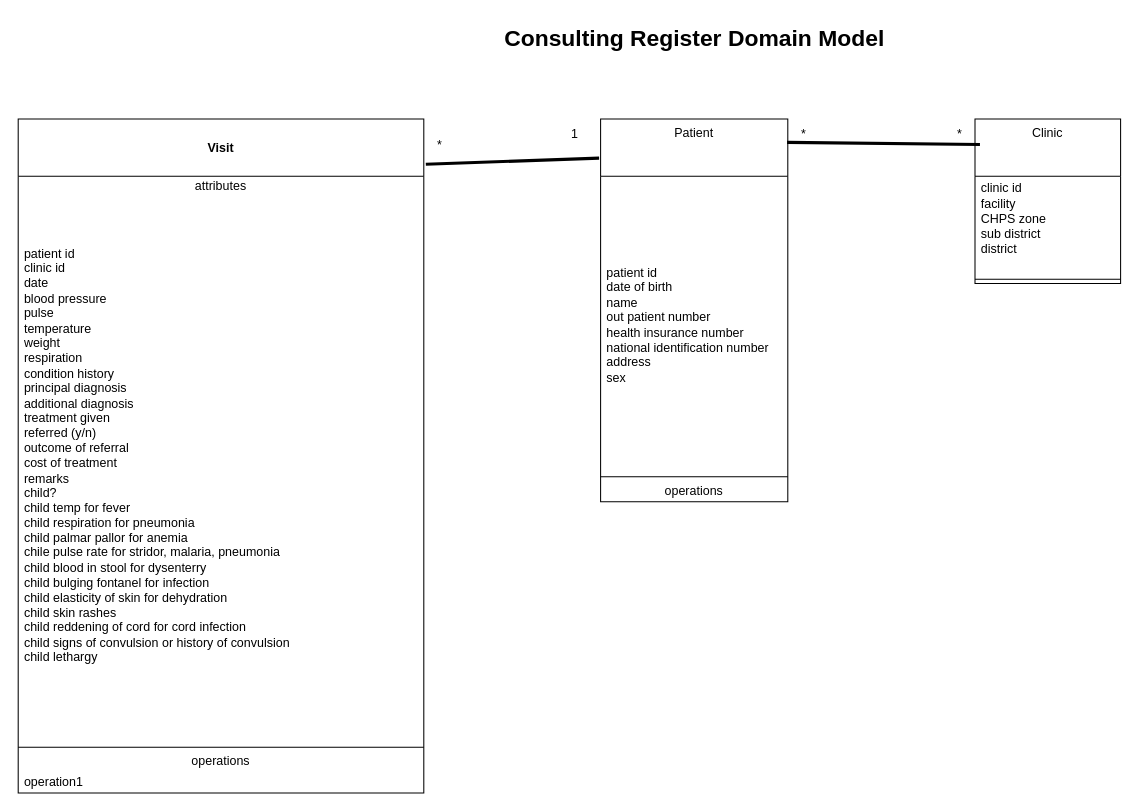
Above: archive/iteration_1/domain_model.drawio in wyattmccurdy12/Consulting-Register-COS-420 (draw.io), before the change. Source tidied: cells renumbered, new cells numbered last; positions are measured from the earlier drawing's top-left corner, leaving out a move shared by most shapes. Both pictures are drawn from the tidied source at 104%, with x=0, y=0 at pixel (18, 18).
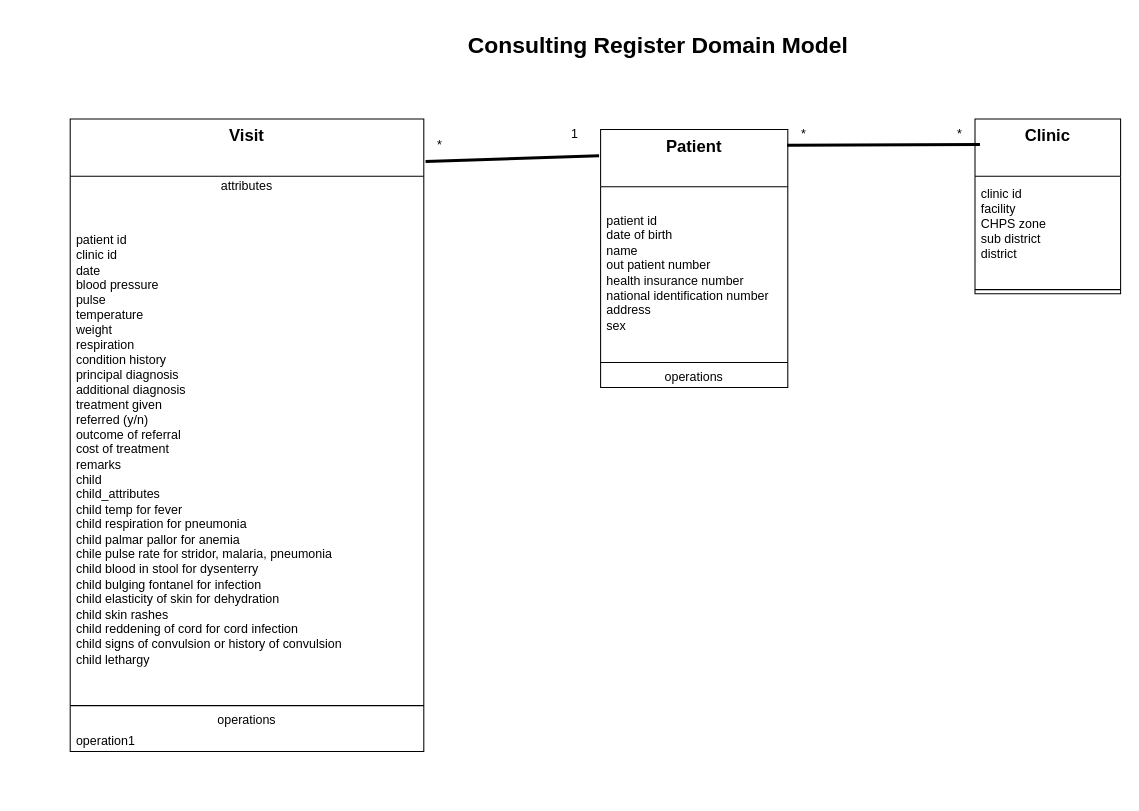
The same diagram, later.

Diff of the diagram source:
```diff
@@
-    <mxCell id="2" value="Patient" style="swimlane;fontStyle=0;align=center;verticalAlign=top;horizontal=1;startSize=55;html=1;whiteSpace=wrap;" parent="1" vertex="1">
-      <mxGeometry x="560" y="97" width="180" height="368" as="geometry" />
+    <mxCell id="2" value="&lt;font style=&quot;font-size: 16px;&quot;&gt;&lt;b&gt;Patient&lt;/b&gt;&lt;/font&gt;" style="swimlane;fontStyle=0;align=center;verticalAlign=top;horizontal=1;startSize=55;html=1;whiteSpace=wrap;" parent="1" vertex="1">
+      <mxGeometry x="560" y="107" width="180" height="248" as="geometry" />
     </mxCell>
-    <mxCell id="3" value="&lt;div&gt;patient id&lt;/div&gt;&lt;div&gt;date of birth&lt;/div&gt;&lt;div&gt;&lt;span style=&quot;background-color: transparent;&quot;&gt;name&lt;/span&gt;&lt;/div&gt;&lt;div&gt;&lt;font style=&quot;color: light-dark(rgb(0, 0, 0), rgb(255, 255, 255));&quot;&gt;out patient number&lt;/font&gt;&lt;/div&gt;&lt;div&gt;&lt;font style=&quot;color: light-dark(rgb(0, 0, 0), rgb(255, 255, 255));&quot;&gt;health insurance number&lt;/font&gt;&lt;/div&gt;&lt;div&gt;&lt;font style=&quot;color: light-dark(rgb(0, 0, 0), rgb(255, 255, 255));&quot;&gt;national identification number&lt;/font&gt;&lt;/div&gt;&lt;div&gt;address&lt;/div&gt;&lt;div&gt;sex&lt;/div&gt;" style="text;html=1;strokeColor=none;fillColor=none;align=left;verticalAlign=middle;spacingLeft=4;spacingRight=4;overflow=hidden;whiteSpace=wrap;" parent="2" vertex="1">
-      <mxGeometry y="55" width="180" height="285" as="geometry" />
+    <mxCell id="3" value="&lt;div&gt;&lt;font style=&quot;color: light-dark(rgb(0, 0, 0), rgb(255, 255, 255));&quot;&gt;patient id&lt;/font&gt;&lt;/div&gt;&lt;div&gt;&lt;font style=&quot;color: light-dark(rgb(0, 0, 0), rgb(255, 255, 255));&quot;&gt;date of birth&lt;/font&gt;&lt;/div&gt;&lt;div&gt;&lt;span style=&quot;background-color: transparent;&quot;&gt;&lt;font style=&quot;color: light-dark(rgb(0, 0, 0), rgb(255, 255, 255));&quot;&gt;name&lt;/font&gt;&lt;/span&gt;&lt;/div&gt;&lt;div&gt;&lt;font style=&quot;color: light-dark(rgb(0, 0, 0), rgb(255, 255, 255));&quot;&gt;out patient number&lt;/font&gt;&lt;/div&gt;&lt;div&gt;&lt;font style=&quot;color: light-dark(rgb(0, 0, 0), rgb(255, 255, 255));&quot;&gt;health insurance number&lt;/font&gt;&lt;/div&gt;&lt;div&gt;&lt;font style=&quot;color: light-dark(rgb(0, 0, 0), rgb(255, 255, 255));&quot;&gt;national identification number&lt;/font&gt;&lt;/div&gt;&lt;div&gt;&lt;font style=&quot;color: light-dark(rgb(0, 0, 0), rgb(255, 255, 255));&quot;&gt;address&lt;/font&gt;&lt;/div&gt;&lt;div&gt;&lt;font style=&quot;color: light-dark(rgb(0, 0, 0), rgb(255, 255, 255));&quot;&gt;sex&lt;/font&gt;&lt;/div&gt;" style="text;html=1;strokeColor=none;fillColor=none;align=left;verticalAlign=middle;spacingLeft=4;spacingRight=4;overflow=hidden;whiteSpace=wrap;" parent="2" vertex="1">
+      <mxGeometry y="55" width="180" height="165" as="geometry" />
     </mxCell>
     <mxCell id="4" style="line;strokeWidth=1;fillColor=none;align=left;verticalAlign=middle;spacingTop=-1;spacingLeft=3;spacingRight=3;labelPosition=right;" parent="2" vertex="1">
-      <mxGeometry y="340" width="180" height="8" as="geometry" />
+      <mxGeometry y="220" width="180" height="8" as="geometry" />
     </mxCell>
     <mxCell id="5" value="operations" style="text;html=1;strokeColor=none;fillColor=none;align=center;verticalAlign=middle;spacingLeft=4;spacingRight=4;overflow=hidden;whiteSpace=wrap;" parent="2" vertex="1">
-      <mxGeometry y="348" width="180" height="20" as="geometry" />
+      <mxGeometry y="228" width="180" height="20" as="geometry" />
     </mxCell>
     <mxCell id="6" value="&lt;b&gt;&lt;font style=&quot;font-size: 22px;&quot;&gt;Consulting Register Domain Model&lt;/font&gt;&lt;/b&gt;" style="text;html=1;align=center;verticalAlign=middle;strokeColor=none;fillColor=none;" parent="1" vertex="1">
-      <mxGeometry x="455" width="390" height="40" as="geometry" />
+      <mxGeometry x="420" y="7" width="390" height="40" as="geometry" />
     </mxCell>
-    <mxCell id="7" value="Clinic" style="swimlane;fontStyle=0;align=center;verticalAlign=top;horizontal=1;startSize=55;html=1;whiteSpace=wrap;" parent="1" vertex="1">
-      <mxGeometry x="920" y="97" width="140" height="158" as="geometry" />
+    <mxCell id="7" value="&lt;font style=&quot;font-size: 16px;&quot;&gt;&lt;b&gt;Clinic&lt;/b&gt;&lt;/font&gt;" style="swimlane;fontStyle=0;align=center;verticalAlign=top;horizontal=1;startSize=55;html=1;whiteSpace=wrap;" parent="1" vertex="1">
+      <mxGeometry x="920" y="97" width="140" height="168" as="geometry" />
     </mxCell>
     <mxCell id="8" value="&lt;div&gt;&lt;font style=&quot;color: light-dark(rgb(0, 0, 0), rgb(255, 255, 255));&quot;&gt;clinic id&lt;/font&gt;&lt;/div&gt;&lt;div&gt;&lt;font style=&quot;color: light-dark(rgb(0, 0, 0), rgb(255, 255, 255));&quot;&gt;facility&lt;/font&gt;&lt;/div&gt;&lt;div&gt;&lt;font style=&quot;color: light-dark(rgb(0, 0, 0), rgb(255, 255, 255));&quot;&gt;CHPS zone&lt;/font&gt;&lt;/div&gt;&lt;div&gt;&lt;font style=&quot;color: light-dark(rgb(0, 0, 0), rgb(255, 255, 255));&quot;&gt;sub district&lt;/font&gt;&lt;/div&gt;&lt;div&gt;&lt;font style=&quot;color: light-dark(rgb(0, 0, 0), rgb(255, 255, 255));&quot;&gt;district&lt;/font&gt;&lt;/div&gt;&lt;div&gt;&lt;br&gt;&lt;/div&gt;" style="text;html=1;strokeColor=none;fillColor=none;align=left;verticalAlign=middle;spacingLeft=4;spacingRight=4;overflow=hidden;whiteSpace=wrap;" parent="7" vertex="1">
-      <mxGeometry y="55" width="140" height="95" as="geometry" />
+      <mxGeometry y="55" width="140" height="105" as="geometry" />
     </mxCell>
     <mxCell id="9" style="line;strokeWidth=1;fillColor=none;align=left;verticalAlign=middle;spacingTop=-1;spacingLeft=3;spacingRight=3;labelPosition=right;" parent="7" vertex="1">
-      <mxGeometry y="150" width="140" height="8" as="geometry" />
+      <mxGeometry y="160" width="140" height="8" as="geometry" />
     </mxCell>
-    <mxCell id="10" value="&lt;br&gt;&lt;b&gt;Visit&lt;/b&gt;" style="swimlane;fontStyle=0;align=center;verticalAlign=top;horizontal=1;startSize=55;html=1;whiteSpace=wrap;" parent="1" vertex="1">
-      <mxGeometry y="97" width="390" height="648" as="geometry" />
+    <mxCell id="10" value="&lt;b&gt;&lt;font style=&quot;font-size: 16px;&quot;&gt;Visit&lt;/font&gt;&lt;/b&gt;" style="swimlane;fontStyle=0;align=center;verticalAlign=top;horizontal=1;startSize=55;html=1;whiteSpace=wrap;" parent="1" vertex="1">
+      <mxGeometry x="50" y="97" width="340" height="608" as="geometry" />
     </mxCell>
     <mxCell id="11" value="attributes" style="text;html=1;strokeColor=none;fillColor=none;align=center;verticalAlign=middle;spacingLeft=4;spacingRight=4;overflow=hidden;whiteSpace=wrap;" parent="10" vertex="1">
-      <mxGeometry y="55" width="390" height="20" as="geometry" />
+      <mxGeometry y="55" width="340" height="20" as="geometry" />
     </mxCell>
-    <mxCell id="12" value="patient id&lt;div&gt;clinic id&lt;/div&gt;&lt;div&gt;date&lt;/div&gt;&lt;div&gt;blood pressure&lt;/div&gt;&lt;div&gt;pulse&lt;/div&gt;&lt;div&gt;temperature&lt;/div&gt;&lt;div&gt;weight&lt;/div&gt;&lt;div&gt;respiration&lt;/div&gt;&lt;div&gt;condition history&lt;/div&gt;&lt;div&gt;principal diagnosis&lt;/div&gt;&lt;div&gt;additional diagnosis&lt;/div&gt;&lt;div&gt;treatment given&lt;/div&gt;&lt;div&gt;referred (y/n)&lt;/div&gt;&lt;div&gt;outcome of referral&lt;/div&gt;&lt;div&gt;cost of treatment&lt;/div&gt;&lt;div&gt;remarks&lt;/div&gt;&lt;div&gt;child?&lt;/div&gt;&lt;div&gt;child temp for fever&lt;/div&gt;&lt;div&gt;child respiration for pneumonia&lt;/div&gt;&lt;div&gt;child palmar pallor for anemia&lt;/div&gt;&lt;div&gt;chile pulse rate for stridor, malaria, pneumonia&lt;/div&gt;&lt;div&gt;child blood in stool for dysenterry&lt;/div&gt;&lt;div&gt;child bulging fontanel for infection&lt;/div&gt;&lt;div&gt;child elasticity of skin for dehydration&lt;/div&gt;&lt;div&gt;child skin rashes&lt;/div&gt;&lt;div&gt;child reddening of cord for cord infection&lt;/div&gt;&lt;div&gt;child signs of convulsion or history of convulsion&lt;/div&gt;&lt;div&gt;child lethargy&lt;/div&gt;&lt;div&gt;&lt;br&gt;&lt;/div&gt;&lt;div&gt;&lt;br&gt;&lt;/div&gt;" style="text;html=1;strokeColor=none;fillColor=none;align=left;verticalAlign=middle;spacingLeft=4;spacingRight=4;overflow=hidden;whiteSpace=wrap;" parent="10" vertex="1">
-      <mxGeometry y="75" width="390" height="525" as="geometry" />
+    <mxCell id="12" value="patient id&lt;div&gt;&lt;font style=&quot;color: light-dark(rgb(0, 0, 0), rgb(255, 255, 255));&quot;&gt;clinic id&lt;/font&gt;&lt;/div&gt;&lt;div&gt;&lt;font style=&quot;color: light-dark(rgb(0, 0, 0), rgb(255, 255, 255));&quot;&gt;date&lt;/font&gt;&lt;/div&gt;&lt;div&gt;&lt;font style=&quot;color: light-dark(rgb(0, 0, 0), rgb(255, 255, 255));&quot;&gt;blood pressure&lt;/font&gt;&lt;/div&gt;&lt;div&gt;&lt;font style=&quot;color: light-dark(rgb(0, 0, 0), rgb(255, 255, 255));&quot;&gt;pulse&lt;/font&gt;&lt;/div&gt;&lt;div&gt;&lt;font style=&quot;color: light-dark(rgb(0, 0, 0), rgb(255, 255, 255));&quot;&gt;temperature&lt;/font&gt;&lt;/div&gt;&lt;div&gt;&lt;font style=&quot;color: light-dark(rgb(0, 0, 0), rgb(255, 255, 255));&quot;&gt;weight&lt;/font&gt;&lt;/div&gt;&lt;div&gt;&lt;font style=&quot;color: light-dark(rgb(0, 0, 0), rgb(255, 255, 255));&quot;&gt;respiration&lt;/font&gt;&lt;/div&gt;&lt;div&gt;&lt;font style=&quot;color: light-dark(rgb(0, 0, 0), rgb(255, 255, 255));&quot;&gt;condition history&lt;/font&gt;&lt;/div&gt;&lt;div&gt;&lt;font style=&quot;color: light-dark(rgb(0, 0, 0), rgb(255, 255, 255));&quot;&gt;principal diagnosis&lt;/font&gt;&lt;/div&gt;&lt;div&gt;&lt;font style=&quot;color: light-dark(rgb(0, 0, 0), rgb(255, 255, 255));&quot;&gt;additional diagnosis&lt;/font&gt;&lt;/div&gt;&lt;div&gt;&lt;font style=&quot;color: light-dark(rgb(0, 0, 0), rgb(255, 255, 255));&quot;&gt;treatment given&lt;/font&gt;&lt;/div&gt;&lt;div&gt;&lt;font style=&quot;color: light-dark(rgb(0, 0, 0), rgb(255, 255, 255));&quot;&gt;referred (y/n)&lt;/font&gt;&lt;/div&gt;&lt;div&gt;&lt;font style=&quot;color: light-dark(rgb(0, 0, 0), rgb(255, 255, 255));&quot;&gt;outcome of referral&lt;/font&gt;&lt;/div&gt;&lt;div&gt;&lt;font style=&quot;color: light-dark(rgb(0, 0, 0), rgb(255, 255, 255));&quot;&gt;cost of treatment&lt;/font&gt;&lt;/div&gt;&lt;div&gt;&lt;font style=&quot;color: light-dark(rgb(0, 0, 0), rgb(255, 255, 255));&quot;&gt;remarks&lt;/font&gt;&lt;/div&gt;&lt;div&gt;&lt;font style=&quot;color: light-dark(rgb(0, 0, 0), rgb(255, 255, 255));&quot;&gt;child&lt;/font&gt;&lt;/div&gt;&lt;div&gt;&lt;font style=&quot;color: light-dark(rgb(0, 0, 0), rgb(255, 255, 255));&quot;&gt;child_attributes&lt;/font&gt;&lt;/div&gt;&lt;div&gt;&lt;font style=&quot;color: light-dark(rgb(0, 0, 0), rgb(255, 255, 255));&quot;&gt;child temp for fever&lt;/font&gt;&lt;/div&gt;&lt;div&gt;&lt;font style=&quot;color: light-dark(rgb(0, 0, 0), rgb(255, 255, 255));&quot;&gt;child respiration for pneumonia&lt;/font&gt;&lt;/div&gt;&lt;div&gt;&lt;font style=&quot;color: light-dark(rgb(0, 0, 0), rgb(255, 255, 255));&quot;&gt;child palmar pallor for anemia&lt;/font&gt;&lt;/div&gt;&lt;div&gt;&lt;font style=&quot;color: light-dark(rgb(0, 0, 0), rgb(255, 255, 255));&quot;&gt;chile pulse rate for stridor, malaria, pneumonia&lt;/font&gt;&lt;/div&gt;&lt;div&gt;&lt;font style=&quot;color: light-dark(rgb(0, 0, 0), rgb(255, 255, 255));&quot;&gt;child blood in stool for dysenterry&lt;/font&gt;&lt;/div&gt;&lt;div&gt;&lt;font style=&quot;color: light-dark(rgb(0, 0, 0), rgb(255, 255, 255));&quot;&gt;child bulging fontanel for infection&lt;/font&gt;&lt;/div&gt;&lt;div&gt;&lt;font style=&quot;color: light-dark(rgb(0, 0, 0), rgb(255, 255, 255));&quot;&gt;child elasticity of skin for dehydration&lt;/font&gt;&lt;/div&gt;&lt;div&gt;&lt;font style=&quot;color: light-dark(rgb(0, 0, 0), rgb(255, 255, 255));&quot;&gt;child skin rashes&lt;/font&gt;&lt;/div&gt;&lt;div&gt;&lt;font style=&quot;color: light-dark(rgb(0, 0, 0), rgb(255, 255, 255));&quot;&gt;child reddening of cord for cord infection&lt;/font&gt;&lt;/div&gt;&lt;div&gt;&lt;font style=&quot;color: light-dark(rgb(0, 0, 0), rgb(255, 255, 255));&quot;&gt;child signs of convulsion or history of convulsion&lt;/font&gt;&lt;/div&gt;&lt;div&gt;&lt;font style=&quot;color: light-dark(rgb(0, 0, 0), rgb(255, 255, 255));&quot;&gt;child lethargy&lt;/font&gt;&lt;/div&gt;" style="text;html=1;strokeColor=none;fillColor=none;align=left;verticalAlign=middle;spacingLeft=4;spacingRight=4;overflow=hidden;whiteSpace=wrap;" parent="10" vertex="1">
+      <mxGeometry y="75" width="340" height="485" as="geometry" />
     </mxCell>
     <mxCell id="13" style="line;strokeWidth=1;fillColor=none;align=left;verticalAlign=middle;spacingTop=-1;spacingLeft=3;spacingRight=3;labelPosition=right;" parent="10" vertex="1">
-      <mxGeometry y="600" width="390" height="8" as="geometry" />
+      <mxGeometry y="560" width="340" height="8" as="geometry" />
     </mxCell>
     <mxCell id="14" value="operations" style="text;html=1;strokeColor=none;fillColor=none;align=center;verticalAlign=middle;spacingLeft=4;spacingRight=4;overflow=hidden;whiteSpace=wrap;" parent="10" vertex="1">
-      <mxGeometry y="608" width="390" height="20" as="geometry" />
+      <mxGeometry y="568" width="340" height="20" as="geometry" />
     </mxCell>
     <mxCell id="15" value="operation1" style="text;html=1;strokeColor=none;fillColor=none;align=left;verticalAlign=middle;spacingLeft=4;spacingRight=4;overflow=hidden;whiteSpace=wrap;" parent="10" vertex="1">
-      <mxGeometry y="628" width="390" height="20" as="geometry" />
+      <mxGeometry y="588" width="340" height="20" as="geometry" />
     </mxCell>
```
